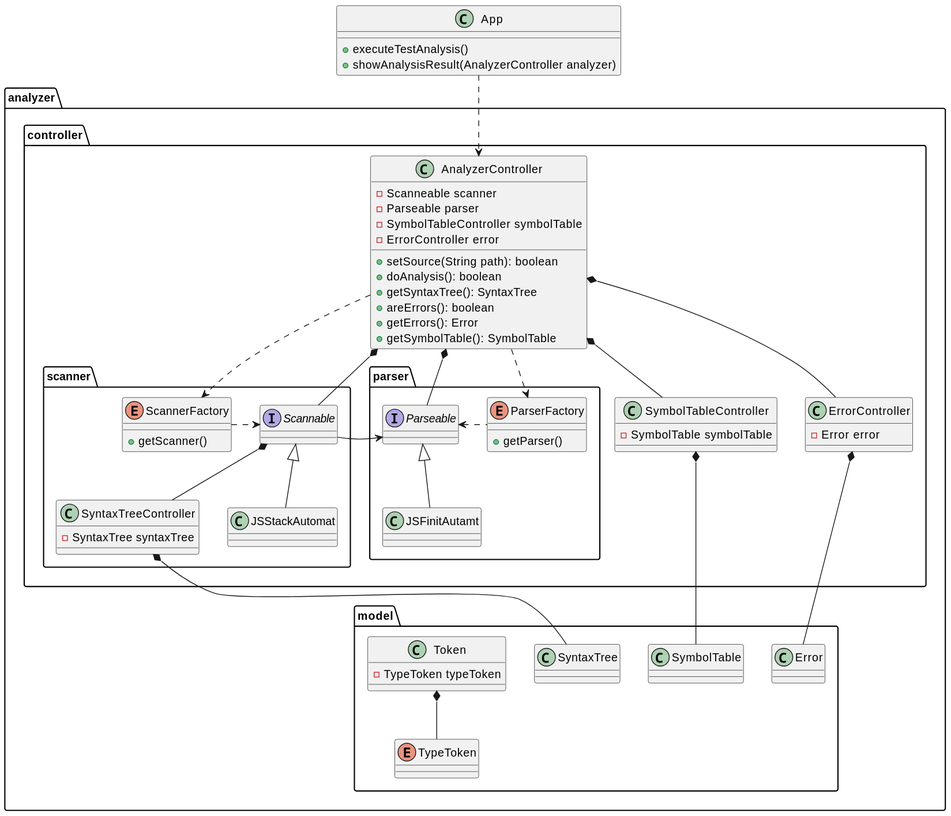
Before: docs/out/docs/ClassDiagram/classdiagram.svg, a diagram exported from PlantUML (moroquin/parser-scanner-analyzer).
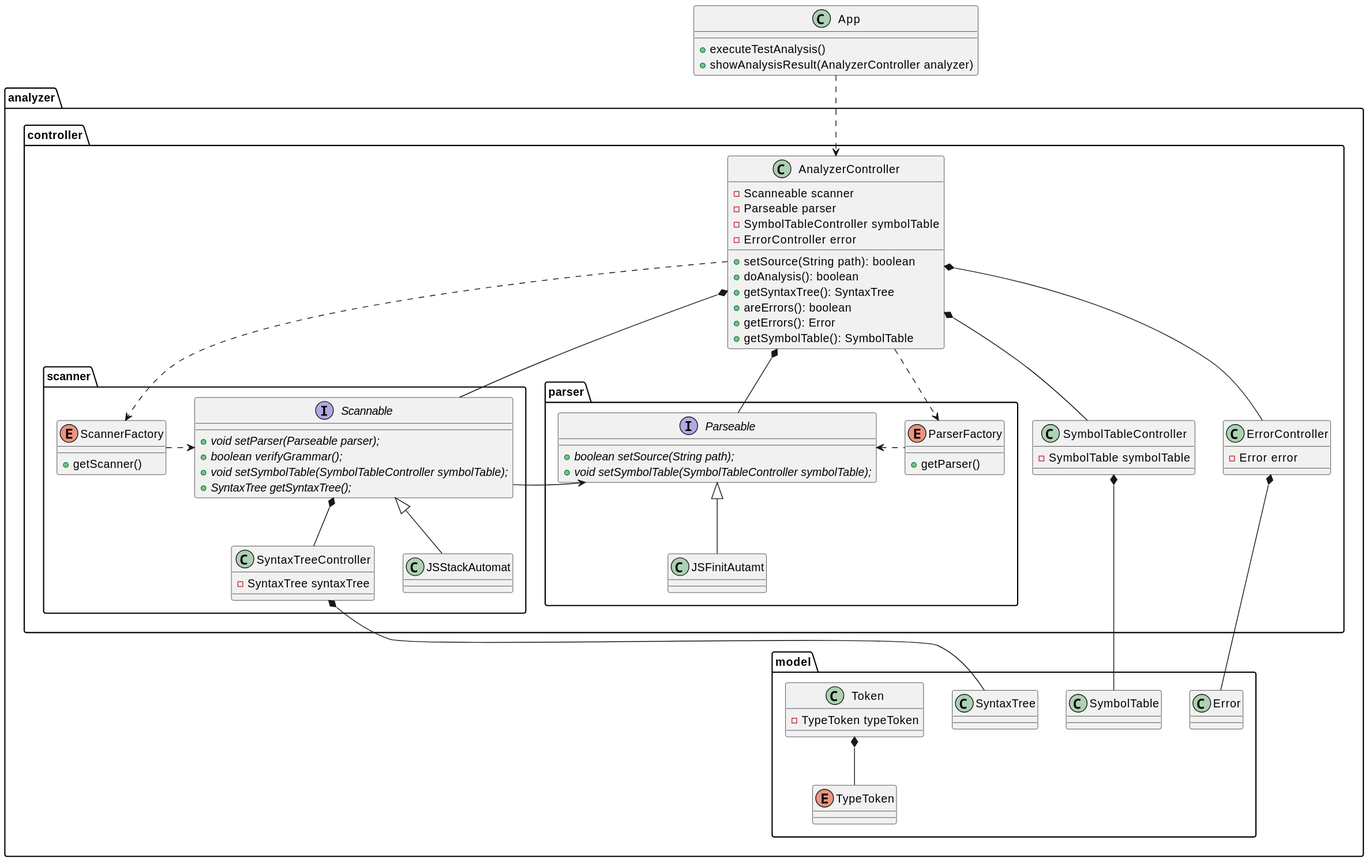
Later version of the same file.

What changed in the source:
```diff
@@ -47,7 +47,10 @@
             }
 
             interface Scannable{
-
+                +{abstract}void setParser(Parseable parser);
+                +{abstract}boolean verifyGrammar();
+                +{abstract}void setSymbolTable(SymbolTableController symbolTable);
+                +{abstract}SyntaxTree getSyntaxTree();
             }
 
             class JSStackAutomat{
@@ -69,6 +72,8 @@
             }
 
             interface Parseable{
+                +{abstract} boolean setSource(String path);
+                +{abstract} void setSymbolTable(SymbolTableController symbolTable);
 
             }
 
```
